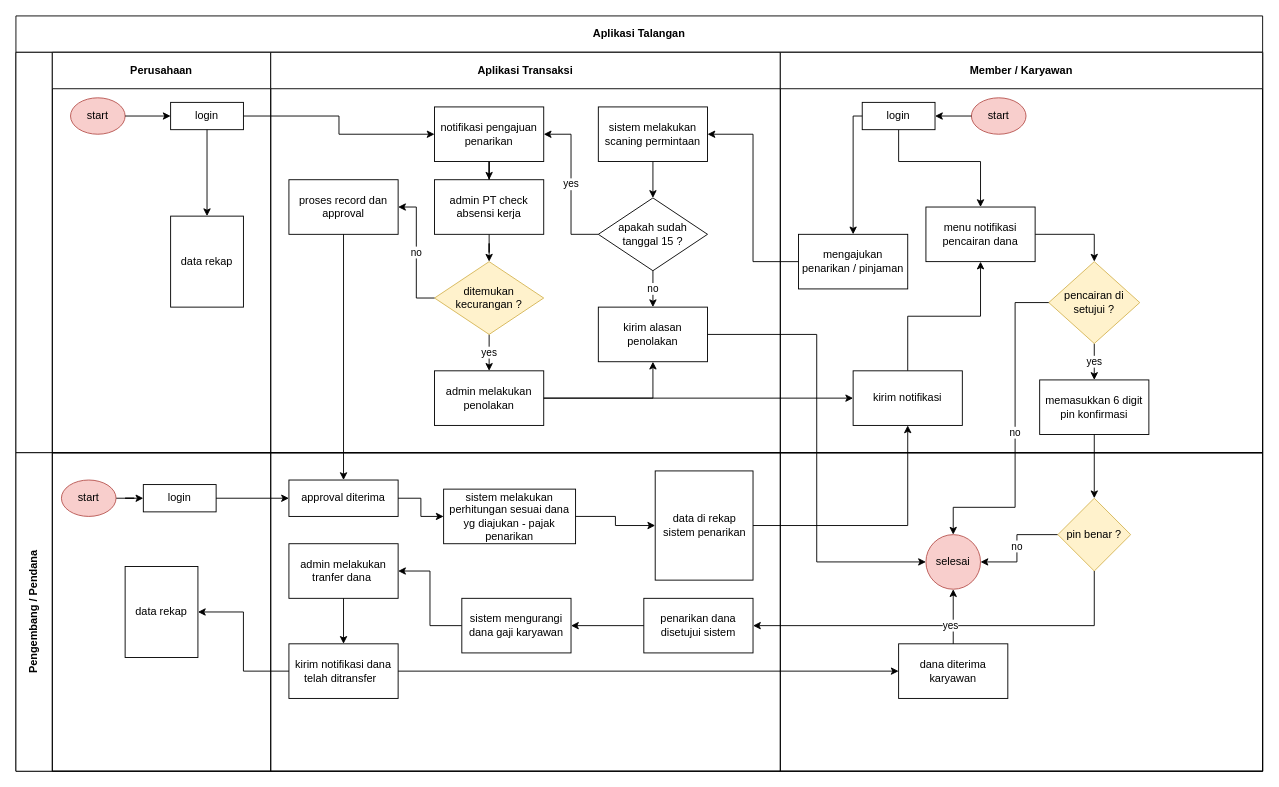
Earlier version of the draw.io diagram page "Page-1" (1 of 3) of Transaksi Aplikasi Diagram.drawio (taufik22/LARAVEL-AIRPUTIH). Source tidied: cells renumbered, new cells numbered last; positions are measured from the earlier drawing's top-left corner, leaving out a move shared by most shapes. Both pictures are drawn from the tidied source at 91%, with x=0, y=0 at pixel (15, 15).
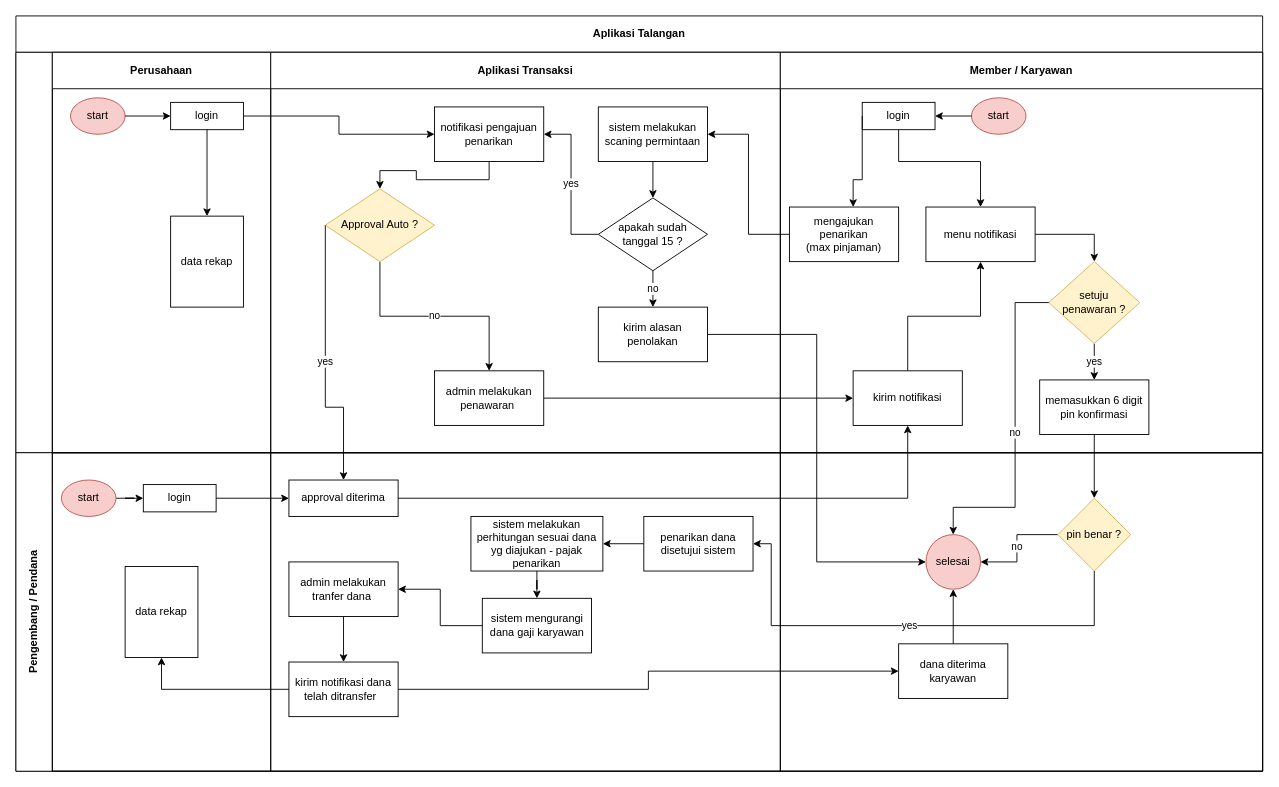
The same page after the edit.

The change refers to these unchanged cells:
```xml
<mxCell id="2" value="Aplikasi Talangan" style="shape=table;childLayout=tableLayout;rowLines=0;columnLines=0;startSize=40;html=1;whiteSpace=wrap;fontStyle=1;" parent="1" vertex="1">
  <mxGeometry width="1370" height="830" as="geometry" />
</mxCell>
<mxCell id="3" style="swimlane;horizontal=0;startSize=40;html=1;whiteSpace=wrap;" parent="2" vertex="1">
  <mxGeometry y="40" width="1370" height="440" as="geometry" />
</mxCell>
<mxCell id="10" value="Aplikasi Transaksi" style="swimlane;startSize=40;html=1;whiteSpace=wrap;" parent="3" vertex="1">
  <mxGeometry x="280" width="560" height="440" as="geometry" />
</mxCell>
<mxCell id="12" value="notifikasi pengajuan penarikan&lt;br&gt;" style="whiteSpace=wrap;html=1;" parent="10" vertex="1">
  <mxGeometry x="180" y="60" width="120" height="60" as="geometry" />
</mxCell>
<mxCell id="14" value="sistem melakukan scaning permintaan" style="whiteSpace=wrap;html=1;" parent="10" vertex="1">
  <mxGeometry x="360" y="60" width="120" height="60" as="geometry" />
</mxCell>
<mxCell id="23" value="kirim alasan penolakan" style="whiteSpace=wrap;html=1;" parent="10" vertex="1">
  <mxGeometry x="360" y="280" width="120" height="60" as="geometry" />
</mxCell>
<mxCell id="28" value="Member / Karyawan" style="swimlane;startSize=40;html=1;whiteSpace=wrap;" parent="3" vertex="1">
  <mxGeometry x="840" width="530" height="440" as="geometry" />
</mxCell>
<mxCell id="31" value="login" style="whiteSpace=wrap;html=1;" parent="28" vertex="1">
  <mxGeometry x="90" y="55" width="80" height="30" as="geometry" />
</mxCell>
<mxCell id="34" value="kirim notifikasi" style="whiteSpace=wrap;html=1;" parent="28" vertex="1">
  <mxGeometry x="80" y="350" width="120" height="60" as="geometry" />
</mxCell>
<mxCell id="42" value="Pengembang / Pendana" style="swimlane;horizontal=0;startSize=40;html=1;whiteSpace=wrap;" parent="2" vertex="1">
  <mxGeometry y="480" width="1370" height="350" as="geometry" />
</mxCell>
<mxCell id="48" style="swimlane;startSize=0;html=1;whiteSpace=wrap;" parent="42" vertex="1">
  <mxGeometry x="280" width="560" height="350" as="geometry" />
</mxCell>
<mxCell id="49" value="approval diterima" style="whiteSpace=wrap;html=1;" parent="48" vertex="1">
  <mxGeometry x="20" y="30" width="120" height="40" as="geometry" />
</mxCell>
<mxCell id="59" value="pin benar ?" style="rhombus;whiteSpace=wrap;html=1;fillColor=#fff2cc;strokeColor=#d6b656;" parent="56" vertex="1">
  <mxGeometry x="305" y="50" width="80" height="80" as="geometry" />
</mxCell>
```

Change to the diagram source:
```diff
@@
-    <mxCell id="11" style="edgeStyle=orthogonalEdgeStyle;rounded=0;jettySize=auto;html=1;entryX=0.5;entryY=0;entryDx=0;entryDy=0;" parent="10" edge="1" source="12" target="19">
+    <mxCell id="11" style="edgeStyle=orthogonalEdgeStyle;rounded=0;jettySize=auto;html=1;entryX=0.5;entryY=0;entryDx=0;entryDy=0;" parent="10" edge="1" source="12" target="21">
       <mxGeometry relative="1" as="geometry" />
     </mxCell>
@@
-    <mxCell id="18" style="edgeStyle=orthogonalEdgeStyle;rounded=0;jettySize=auto;html=1;entryX=0.5;entryY=0;entryDx=0;entryDy=0;" parent="10" edge="1" source="19" target="21">
-      <mxGeometry relative="1" as="geometry" />
-    </mxCell>
-    <mxCell id="19" value="admin PT check absensi kerja" style="whiteSpace=wrap;html=1;" parent="10" vertex="1">
-      <mxGeometry x="180" y="140" width="120" height="60" as="geometry" />
-    </mxCell>
-    <mxCell id="20" value="yes" style="edgeStyle=orthogonalEdgeStyle;rounded=0;jettySize=auto;html=1;entryX=0.5;entryY=0;entryDx=0;entryDy=0;" parent="10" edge="1" source="21" target="22">
-      <mxGeometry relative="1" as="geometry" />
-    </mxCell>
+    <mxCell id="26" value="no" style="edgeStyle=orthogonalEdgeStyle;rounded=0;jettySize=auto;html=1;entryX=0.5;entryY=0;entryDx=0;entryDy=0;" parent="10" edge="1" source="21" target="22">
+      <mxGeometry relative="1" as="geometry" />
+    </mxCell>
-    <mxCell id="21" value="ditemukan kecurangan ?" style="rhombus;whiteSpace=wrap;html=1;fillColor=#fff2cc;strokeColor=#d6b656;" parent="10" vertex="1">
-      <mxGeometry x="180" y="230" width="120" height="80" as="geometry" />
+    <mxCell id="21" value="Approval Auto ?" style="rhombus;whiteSpace=wrap;html=1;fillColor=#fff2cc;strokeColor=#d6b656;" parent="10" vertex="1">
+      <mxGeometry x="60" y="150" width="120" height="80" as="geometry" />
     </mxCell>
-    <mxCell id="22" value="admin melakukan penolakan" style="whiteSpace=wrap;html=1;" parent="10" vertex="1">
+    <mxCell id="22" value="admin melakukan penawaran&amp;nbsp;" style="whiteSpace=wrap;html=1;" parent="10" vertex="1">
       <mxGeometry x="180" y="350" width="120" height="60" as="geometry" />
     </mxCell>
@@
-    <mxCell id="24" style="edgeStyle=orthogonalEdgeStyle;rounded=0;jettySize=auto;html=1;" parent="10" edge="1" source="22" target="23">
-      <mxGeometry relative="1" as="geometry" />
-    </mxCell>
-    <mxCell id="25" value="proses record dan approval" style="whiteSpace=wrap;html=1;" parent="10" vertex="1">
-      <mxGeometry x="20" y="140" width="120" height="60" as="geometry" />
-    </mxCell>
-    <mxCell id="26" value="no" style="edgeStyle=orthogonalEdgeStyle;rounded=0;jettySize=auto;html=1;entryX=1;entryY=0.5;entryDx=0;entryDy=0;" parent="10" edge="1" source="21" target="25">
-      <mxGeometry relative="1" as="geometry">
-        <Array as="points">
-          <mxPoint x="160" y="270" />
-          <mxPoint x="160" y="170" />
-        </Array>
-      </mxGeometry>
-    </mxCell>
-    <mxCell id="27" style="edgeStyle=orthogonalEdgeStyle;rounded=0;orthogonalLoop=1;jettySize=auto;html=1;exitX=0.5;exitY=1;exitDx=0;exitDy=0;" parent="10" edge="1" source="25" target="25">
-      <mxGeometry relative="1" as="geometry" />
+    <mxCell id="27" style="edgeStyle=orthogonalEdgeStyle;rounded=0;orthogonalLoop=1;jettySize=auto;html=1;exitX=0.5;exitY=1;exitDx=0;exitDy=0;" parent="10" edge="1">
+      <mxGeometry relative="1" as="geometry">
+        <mxPoint x="70" y="290" as="sourcePoint" />
+        <mxPoint x="70" y="290" as="targetPoint" />
+      </mxGeometry>
     </mxCell>
@@
-    <mxCell id="36" value="menu notifikasi pencairan dana" style="whiteSpace=wrap;html=1;" parent="28" vertex="1">
+    <mxCell id="36" value="menu notifikasi" style="whiteSpace=wrap;html=1;" parent="28" vertex="1">
       <mxGeometry x="160" y="170" width="120" height="60" as="geometry" />
     </mxCell>
@@
-    <mxCell id="38" value="pencairan di setujui ?" style="rhombus;whiteSpace=wrap;html=1;fillColor=#fff2cc;strokeColor=#d6b656;" parent="28" vertex="1">
+    <mxCell id="38" value="setuju &lt;br&gt;penawaran ?" style="rhombus;whiteSpace=wrap;html=1;fillColor=#fff2cc;strokeColor=#d6b656;" parent="28" vertex="1">
       <mxGeometry x="295" y="230" width="100" height="90" as="geometry" />
     </mxCell>
@@
+    <mxCell id="71" value="mengajukan penarikan&lt;br&gt;(max pinjaman)" style="whiteSpace=wrap;html=1;" parent="28" vertex="1">
+      <mxGeometry x="10" y="170" width="120" height="60" as="geometry" />
+    </mxCell>
+    <mxCell id="72" style="edgeStyle=orthogonalEdgeStyle;rounded=0;jettySize=auto;html=1;exitX=0;exitY=0.5;exitDx=0;exitDy=0;" parent="28" edge="1" source="31" target="71">
+      <mxGeometry relative="1" as="geometry">
+        <Array as="points">
+          <mxPoint x="80" y="140" />
+        </Array>
+      </mxGeometry>
+    </mxCell>
@@
+    <mxCell id="70" style="edgeStyle=orthogonalEdgeStyle;rounded=0;jettySize=auto;html=1;entryX=1;entryY=0.5;entryDx=0;entryDy=0;" parent="3" edge="1" source="71" target="14">
+      <mxGeometry relative="1" as="geometry" />
+    </mxCell>
@@
+    <mxCell id="79" style="edgeStyle=orthogonalEdgeStyle;rounded=0;jettySize=auto;html=1;entryX=0.5;entryY=0;entryDx=0;entryDy=0;" parent="48" edge="1" source="50" target="77">
+      <mxGeometry relative="1" as="geometry" />
+    </mxCell>
     <mxCell id="50" value="sistem melakukan perhitungan sesuai dana yg diajukan - pajak penarikan" style="whiteSpace=wrap;html=1;" parent="48" vertex="1">
-      <mxGeometry x="190" y="40" width="145" height="60" as="geometry" />
+      <mxGeometry x="220" y="70" width="145" height="60" as="geometry" />
     </mxCell>
-    <mxCell id="51" style="edgeStyle=orthogonalEdgeStyle;rounded=0;jettySize=auto;html=1;" parent="48" edge="1" source="49" target="50">
-      <mxGeometry relative="1" as="geometry" />
-    </mxCell>
+    <mxCell id="80" style="edgeStyle=orthogonalEdgeStyle;rounded=0;jettySize=auto;html=1;entryX=1;entryY=0.5;entryDx=0;entryDy=0;" parent="48" edge="1" source="52" target="50">
+      <mxGeometry relative="1" as="geometry" />
+    </mxCell>
     <mxCell id="52" value="penarikan dana disetujui sistem" style="whiteSpace=wrap;html=1;" parent="48" vertex="1">
-      <mxGeometry x="410" y="160" width="120" height="60" as="geometry" />
+      <mxGeometry x="410" y="70" width="120" height="60" as="geometry" />
     </mxCell>
     <mxCell id="53" value="kirim notifikasi dana telah ditransfer&amp;nbsp;&amp;nbsp;" style="whiteSpace=wrap;html=1;" parent="48" vertex="1">
-      <mxGeometry x="20" y="210" width="120" height="60" as="geometry" />
+      <mxGeometry x="20" y="230" width="120" height="60" as="geometry" />
     </mxCell>
     <mxCell id="54" value="admin melakukan tranfer dana&amp;nbsp;" style="whiteSpace=wrap;html=1;" parent="48" vertex="1">
-      <mxGeometry x="20" y="100" width="120" height="60" as="geometry" />
+      <mxGeometry x="20" y="120" width="120" height="60" as="geometry" />
     </mxCell>
@@
+    <mxCell id="77" value="sistem mengurangi dana gaji karyawan" style="whiteSpace=wrap;html=1;" parent="48" vertex="1">
+      <mxGeometry x="232.5" y="160" width="120" height="60" as="geometry" />
+    </mxCell>
+    <mxCell id="76" style="edgeStyle=orthogonalEdgeStyle;rounded=0;jettySize=auto;html=1;" parent="48" edge="1" source="77" target="54">
+      <mxGeometry relative="1" as="geometry" />
+    </mxCell>
@@
     <mxCell id="63" value="yes" style="edgeStyle=orthogonalEdgeStyle;rounded=0;jettySize=auto;html=1;entryX=1;entryY=0.5;entryDx=0;entryDy=0;" parent="42" edge="1" source="59" target="52">
       <mxGeometry relative="1" as="geometry">
         <Array as="points">
           <mxPoint x="1185" y="190" />
+          <mxPoint x="830" y="190" />
+          <mxPoint x="830" y="100" />
         </Array>
       </mxGeometry>
     </mxCell>
@@
-    <mxCell id="66" style="edgeStyle=orthogonalEdgeStyle;rounded=0;jettySize=auto;html=1;entryX=0.5;entryY=0;entryDx=0;entryDy=0;" parent="2" edge="1" source="25" target="49">
-      <mxGeometry relative="1" as="geometry" />
-    </mxCell>
@@
-    <mxCell id="70" style="edgeStyle=orthogonalEdgeStyle;rounded=0;jettySize=auto;html=1;entryX=1;entryY=0.5;entryDx=0;entryDy=0;" parent="1" edge="1" source="71" target="14">
-      <mxGeometry relative="1" as="geometry" />
-    </mxCell>
-    <mxCell id="71" value="mengajukan penarikan / pinjaman" style="whiteSpace=wrap;html=1;" parent="1" vertex="1">
-      <mxGeometry x="860" y="240" width="120" height="60" as="geometry" />
-    </mxCell>
-    <mxCell id="72" style="edgeStyle=orthogonalEdgeStyle;rounded=0;jettySize=auto;html=1;exitX=0;exitY=0.5;exitDx=0;exitDy=0;" parent="1" edge="1" source="31" target="71">
-      <mxGeometry relative="1" as="geometry">
-        <Array as="points">
-          <mxPoint x="920" y="110" />
-        </Array>
-      </mxGeometry>
-    </mxCell>
-    <mxCell id="73" style="edgeStyle=orthogonalEdgeStyle;rounded=0;jettySize=auto;html=1;entryX=0.5;entryY=1;entryDx=0;entryDy=0;" parent="1" edge="1" source="74" target="34">
-      <mxGeometry relative="1" as="geometry" />
-    </mxCell>
-    <mxCell id="74" value="data di rekap sistem penarikan" style="whiteSpace=wrap;html=1;" parent="1" vertex="1">
-      <mxGeometry x="702.5" y="500" width="107.5" height="120" as="geometry" />
-    </mxCell>
-    <mxCell id="75" style="edgeStyle=orthogonalEdgeStyle;rounded=0;jettySize=auto;html=1;" parent="1" edge="1" source="50" target="74">
-      <mxGeometry relative="1" as="geometry" />
-    </mxCell>
-    <mxCell id="76" style="edgeStyle=orthogonalEdgeStyle;rounded=0;jettySize=auto;html=1;" parent="1" edge="1" source="77" target="54">
-      <mxGeometry relative="1" as="geometry" />
-    </mxCell>
-    <mxCell id="77" value="sistem mengurangi dana gaji karyawan" style="whiteSpace=wrap;html=1;" parent="1" vertex="1">
-      <mxGeometry x="490" y="640" width="120" height="60" as="geometry" />
-    </mxCell>
-    <mxCell id="78" style="edgeStyle=orthogonalEdgeStyle;rounded=0;jettySize=auto;html=1;" parent="1" edge="1" source="52" target="77">
-      <mxGeometry relative="1" as="geometry" />
-    </mxCell>
+    <mxCell id="20" value="yes" style="edgeStyle=orthogonalEdgeStyle;rounded=0;jettySize=auto;html=1;entryX=0.5;entryY=0;entryDx=0;entryDy=0;" parent="2" edge="1" source="21" target="49">
+      <mxGeometry relative="1" as="geometry">
+        <Array as="points">
+          <mxPoint x="340" y="430" />
+          <mxPoint x="360" y="430" />
+        </Array>
+      </mxGeometry>
+    </mxCell>
+    <mxCell id="81" style="edgeStyle=orthogonalEdgeStyle;rounded=0;jettySize=auto;html=1;entryX=0.5;entryY=1;entryDx=0;entryDy=0;" parent="2" edge="1" source="49" target="34">
+      <mxGeometry relative="1" as="geometry" />
+    </mxCell>
```
